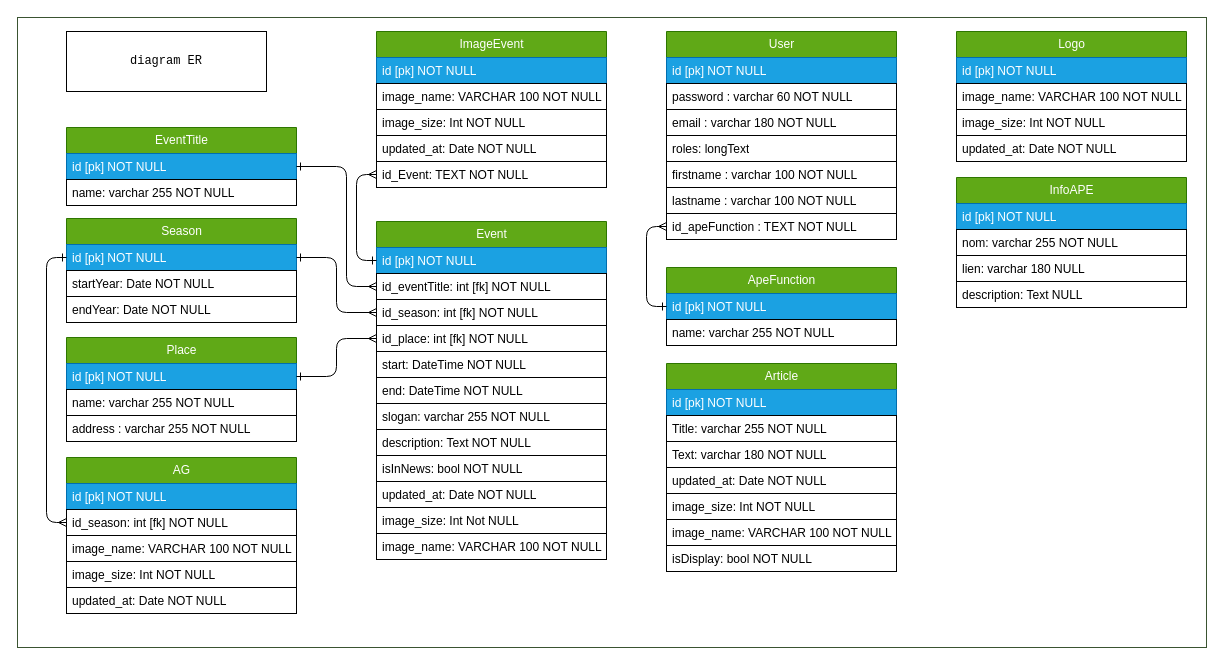
Earlier version of the draw.io diagram documentations/diagramER.dio (SandrineOrieux/Ape-de-bruges). Source tidied: cells renumbered, new cells numbered last; positions are measured from the earlier drawing's top-left corner, leaving out a move shared by most shapes. Both pictures are drawn from the tidied source at 100%, with x=0, y=0 at pixel (17, 17).
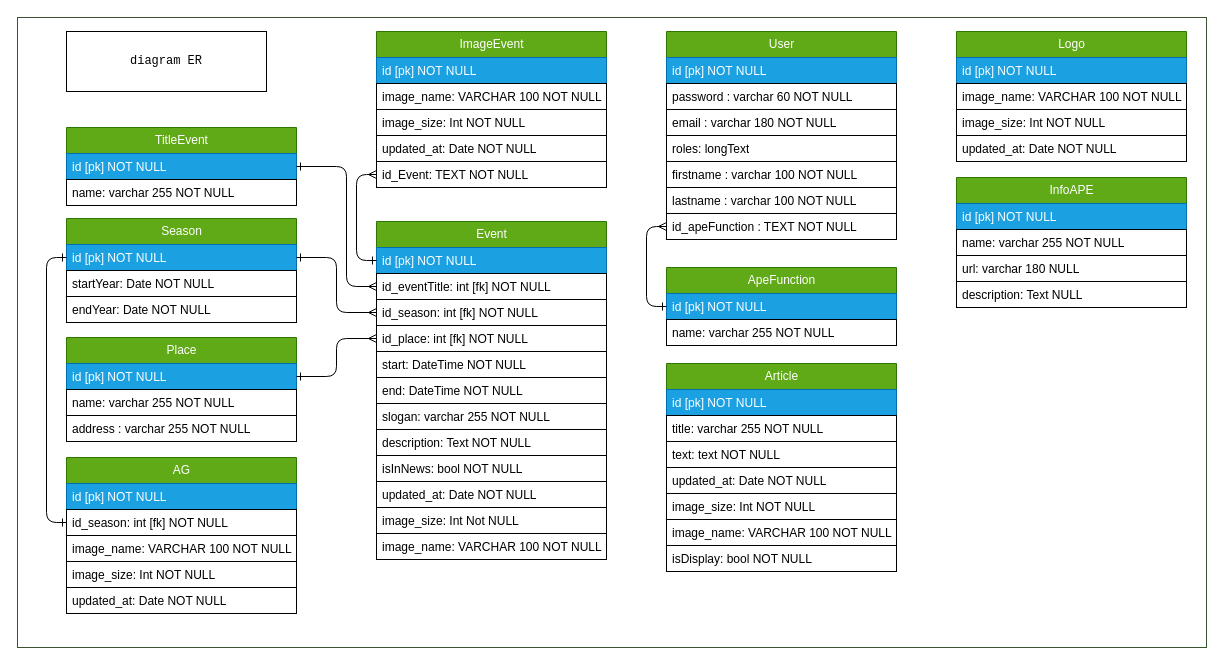
The same page after the edit.

Unchanged cells that the change refers to:
```xml
<mxCell id="32" value="id [pk] NOT NULL" style="text;strokeColor=#006EAF;fillColor=#1ba1e2;align=left;verticalAlign=top;spacingLeft=4;spacingRight=4;overflow=hidden;points=[[0,0.5],[1,0.5]];portConstraint=eastwest;whiteSpace=wrap;html=1;fontColor=#ffffff;" parent="31" vertex="1">
  <mxGeometry y="26" width="230" height="26" as="geometry" />
</mxCell>
<mxCell id="42" value="Article" style="swimlane;fontStyle=0;horizontal=1;startSize=26;fillColor=#60a917;html=1;strokeColor=#2D7600;fontColor=#ffffff;" parent="1" vertex="1">
  <mxGeometry x="649" y="346" width="230" height="208" as="geometry" />
</mxCell>
<mxCell id="60" value="id_season: int [fk] NOT NULL&amp;nbsp;" style="text;strokeColor=#000000;fillColor=none;align=left;verticalAlign=top;spacingLeft=4;spacingRight=4;overflow=hidden;points=[[0,0.5],[1,0.5]];portConstraint=eastwest;whiteSpace=wrap;html=1;fontColor=#000000;" parent="58" vertex="1">
  <mxGeometry y="52" width="230" height="26" as="geometry" />
</mxCell>
<mxCell id="64" value="InfoAPE" style="swimlane;fontStyle=0;horizontal=1;startSize=26;fillColor=#60a917;html=1;strokeColor=#2D7600;fontColor=#ffffff;" parent="1" vertex="1">
  <mxGeometry x="939" y="160" width="230" height="130" as="geometry" />
</mxCell>
```

Diff of the diagram source:
```diff
@@
-    <mxCell id="35" value="EventTitle" style="swimlane;fontStyle=0;horizontal=1;startSize=26;fillColor=#60a917;html=1;strokeColor=#2D7600;fontColor=#ffffff;" parent="1" vertex="1">
+    <mxCell id="35" value="TitleEvent" style="swimlane;fontStyle=0;horizontal=1;startSize=26;fillColor=#60a917;html=1;strokeColor=#2D7600;fontColor=#ffffff;" parent="1" vertex="1">
       <mxGeometry x="49" y="110" width="230" height="78" as="geometry" />
     </mxCell>
@@
-    <mxCell id="44" value="Title: varchar 255 NOT NULL&amp;nbsp;" style="text;strokeColor=#000000;fillColor=none;align=left;verticalAlign=top;spacingLeft=4;spacingRight=4;overflow=hidden;whiteSpace=wrap;html=1;fontColor=#000000;" parent="42" vertex="1">
+    <mxCell id="44" value="title: varchar 255 NOT NULL&amp;nbsp;" style="text;strokeColor=#000000;fillColor=none;align=left;verticalAlign=top;spacingLeft=4;spacingRight=4;overflow=hidden;whiteSpace=wrap;html=1;fontColor=#000000;" parent="42" vertex="1">
       <mxGeometry y="52" width="230" height="26" as="geometry" />
     </mxCell>
-    <mxCell id="45" value="Text: varchar 180 NOT NULL" style="text;strokeColor=#000000;fillColor=none;align=left;verticalAlign=top;spacingLeft=4;spacingRight=4;overflow=hidden;whiteSpace=wrap;html=1;fontColor=#000000;" parent="42" vertex="1">
+    <mxCell id="45" value="text: text NOT NULL" style="text;strokeColor=#000000;fillColor=none;align=left;verticalAlign=top;spacingLeft=4;spacingRight=4;overflow=hidden;whiteSpace=wrap;html=1;fontColor=#000000;" parent="42" vertex="1">
       <mxGeometry y="78" width="230" height="26" as="geometry" />
     </mxCell>
@@
-    <mxCell id="66" value="nom: varchar 255 NOT NULL&amp;nbsp;" style="text;strokeColor=#000000;fillColor=none;align=left;verticalAlign=top;spacingLeft=4;spacingRight=4;overflow=hidden;whiteSpace=wrap;html=1;fontColor=#000000;" parent="64" vertex="1">
+    <mxCell id="66" value="name: varchar 255 NOT NULL&amp;nbsp;" style="text;strokeColor=#000000;fillColor=none;align=left;verticalAlign=top;spacingLeft=4;spacingRight=4;overflow=hidden;whiteSpace=wrap;html=1;fontColor=#000000;" parent="64" vertex="1">
       <mxGeometry y="52" width="230" height="26" as="geometry" />
     </mxCell>
-    <mxCell id="67" value="lien: varchar 180 NULL" style="text;strokeColor=#000000;fillColor=none;align=left;verticalAlign=top;spacingLeft=4;spacingRight=4;overflow=hidden;whiteSpace=wrap;html=1;fontColor=#000000;" parent="64" vertex="1">
+    <mxCell id="67" value="url: varchar 180 NULL" style="text;strokeColor=#000000;fillColor=none;align=left;verticalAlign=top;spacingLeft=4;spacingRight=4;overflow=hidden;whiteSpace=wrap;html=1;fontColor=#000000;" parent="64" vertex="1">
       <mxGeometry y="78" width="230" height="26" as="geometry" />
     </mxCell>
@@
-    <mxCell id="74" style="edgeStyle=orthogonalEdgeStyle;html=1;entryX=0;entryY=0.5;entryDx=0;entryDy=0;strokeColor=#000000;startArrow=ERmany;startFill=0;endArrow=ERone;endFill=0;" parent="1" edge="1" source="60" target="32">
+    <mxCell id="74" style="edgeStyle=orthogonalEdgeStyle;html=1;entryX=0;entryY=0.5;entryDx=0;entryDy=0;strokeColor=#000000;startArrow=ERone;startFill=0;endArrow=ERone;endFill=0;" parent="1" edge="1" source="60" target="32">
       <mxGeometry relative="1" as="geometry">
         <Array as="points">
           <mxPoint x="29" y="505" />
           <mxPoint x="29" y="240" />
         </Array>
       </mxGeometry>
     </mxCell>
```
